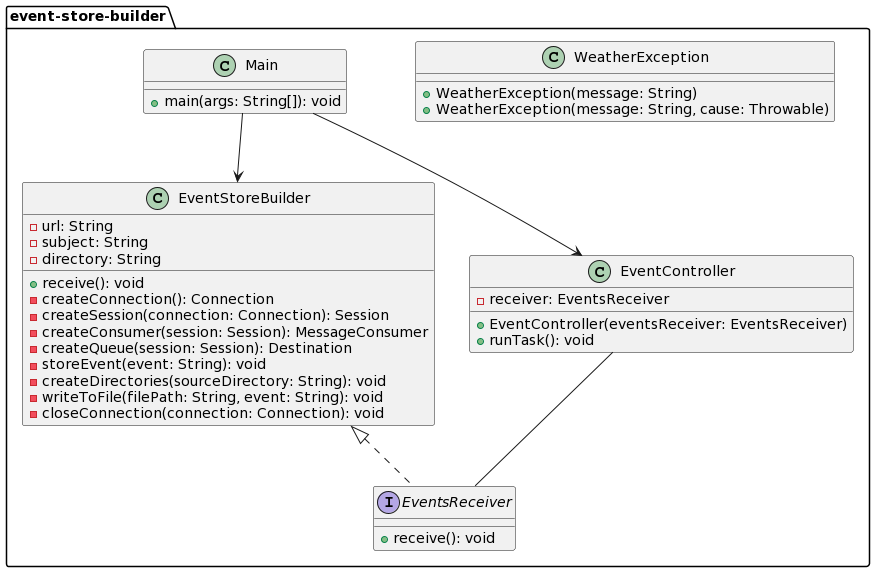
LuisPereraPerez/WeatherApp keeps this PlantUML diagram as diagramaUML2.png. Above is the earlier version. Its diagram source:
```plantuml
@startuml
package event-store-builder {

    class WeatherException {
        + WeatherException(message: String)
        + WeatherException(message: String, cause: Throwable)
    }

    interface EventsReceiver {
        + receive(): void
    }

    class EventStoreBuilder {
        - url: String
        - subject: String
        - directory: String
        + receive(): void
        - createConnection(): Connection
        - createSession(connection: Connection): Session
        - createConsumer(session: Session): MessageConsumer
        - createQueue(session: Session): Destination
        - storeEvent(event: String): void
        - createDirectories(sourceDirectory: String): void
        - writeToFile(filePath: String, event: String): void
        - closeConnection(connection: Connection): void
    }

    class Main {
        + main(args: String[]): void
    }

    class EventController {
        - receiver: EventsReceiver
        + EventController(eventsReceiver: EventsReceiver)
        + runTask(): void
    }

}

EventStoreBuilder <|.. EventsReceiver
Main --> EventController
Main --> EventStoreBuilder
EventController -- EventsReceiver
@enduml
```
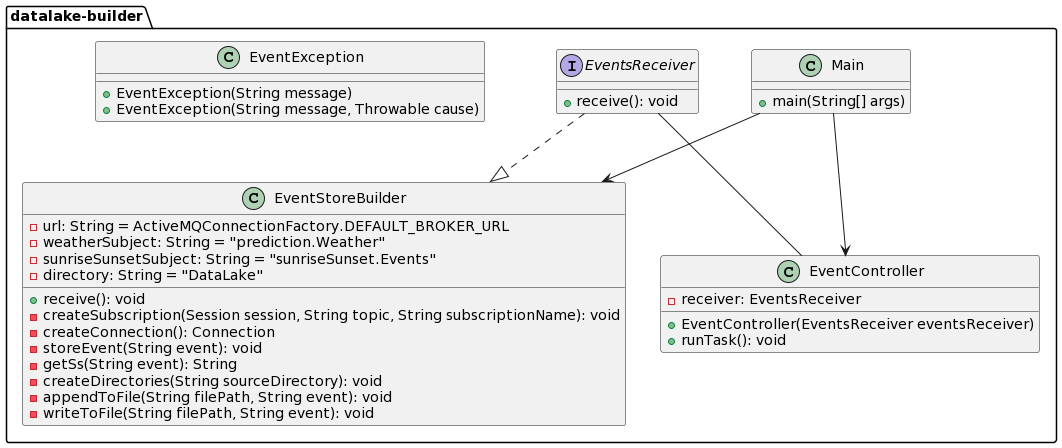
The same diagram one commit later.

Change to the diagram source:
```diff
@@ -1,44 +1,45 @@
 @startuml
-package event-store-builder {
+package datalake-builder {
 
-    class WeatherException {
-        + WeatherException(message: String)
-        + WeatherException(message: String, cause: Throwable)
-    }
-
-    interface EventsReceiver {
-        + receive(): void
-    }
-
-    class EventStoreBuilder {
-        - url: String
-        - subject: String
-        - directory: String
-        + receive(): void
-        - createConnection(): Connection
-        - createSession(connection: Connection): Session
-        - createConsumer(session: Session): MessageConsumer
-        - createQueue(session: Session): Destination
-        - storeEvent(event: String): void
-        - createDirectories(sourceDirectory: String): void
-        - writeToFile(filePath: String, event: String): void
-        - closeConnection(connection: Connection): void
-    }
-
-    class Main {
-        + main(args: String[]): void
-    }
-
-    class EventController {
-        - receiver: EventsReceiver
-        + EventController(eventsReceiver: EventsReceiver)
-        + runTask(): void
-    }
-
+class Main {
++main(String[] args)
 }
 
-EventStoreBuilder <|.. EventsReceiver
+
+interface EventsReceiver {
++receive(): void
+}
+
+class EventStoreBuilder {
+-url: String = ActiveMQConnectionFactory.DEFAULT_BROKER_URL
+-weatherSubject: String = "prediction.Weather"
+-sunriseSunsetSubject: String = "sunriseSunset.Events"
+-directory: String = "DataLake"
+
++receive(): void
+-createSubscription(Session session, String topic, String subscriptionName): void
+-createConnection(): Connection
+-storeEvent(String event): void
+-getSs(String event): String
+-createDirectories(String sourceDirectory): void
+-appendToFile(String filePath, String event): void
+-writeToFile(String filePath, String event): void
+}
+
+class EventException{
++EventException(String message)
++EventException(String message, Throwable cause)
+}
+
+class EventController {
+-receiver: EventsReceiver
++EventController(EventsReceiver eventsReceiver)
++runTask(): void
+}
+
+Main --> EventStoreBuilder
 Main --> EventController
-Main --> EventStoreBuilder
-EventController -- EventsReceiver
+EventsReceiver -- EventController
+EventsReceiver ..|> EventStoreBuilder
+}
 @enduml
```
